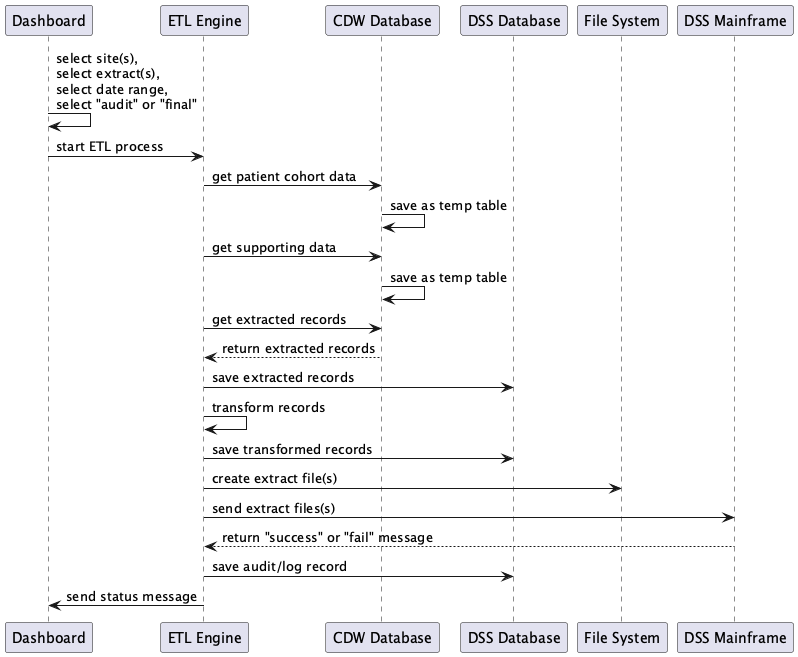
Before: _docs/design-spec/plantuml/sdd-figure3.png, a diagram exported from PlantUML (cps-software/med-insight). The source it was exported from:
```plantuml
@startuml


participant   "Dashboard"      as DSH
participant   "ETL Engine"     as ETL
participant   "CDW Database"   as CDW
participant   "DSS Database"   as DDB
participant   "File System"    as FSY
participant   "DSS Mainframe"  as DMF

DSH ->  DSH : select site(s),\nselect extract(s),\nselect date range,\nselect "audit" or "final"
DSH ->  ETL : start ETL process

ETL ->  CDW : get patient cohort data
CDW ->  CDW : save as temp table
ETL ->  CDW : get supporting data
CDW ->  CDW : save as temp table
ETL ->  CDW : get extracted records
CDW --> ETL : return extracted records
ETL ->  DDB : save extracted records

ETL ->  ETL : transform records
ETL ->  DDB : save transformed records

ETL ->  FSY : create extract file(s)
ETL ->  DMF : send extract files(s)
DMF --> ETL : return "success" or "fail" message
ETL ->  DDB : save audit/log record
ETL ->  DSH : send status message

@enduml
```
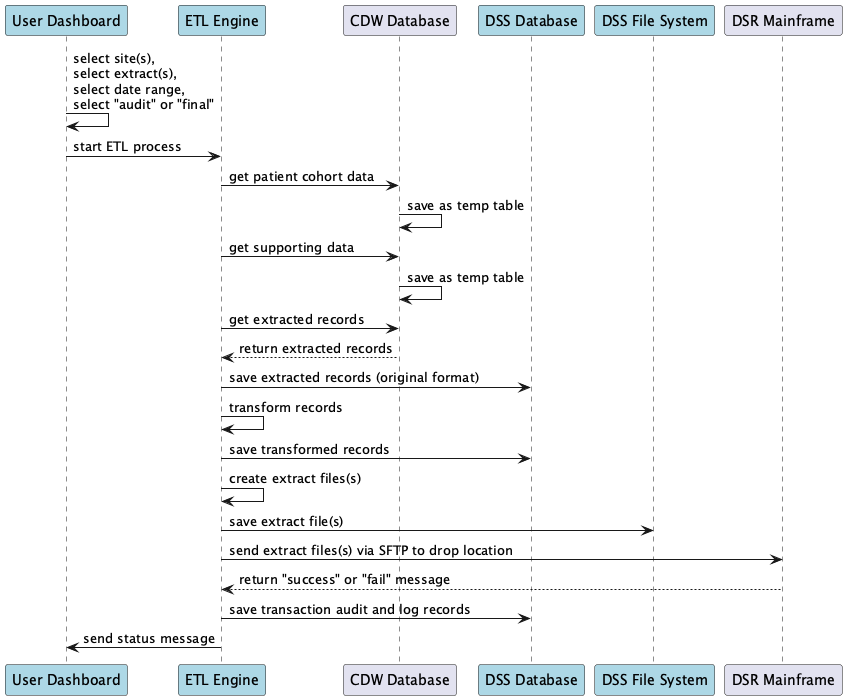
Above is the later version.

The edit, as a diff of the source:
```diff
@@ -1,31 +1,29 @@
 @startuml
 
 
-participant   "Dashboard"      as DSH
-participant   "ETL Engine"     as ETL
-participant   "CDW Database"   as CDW
-participant   "DSS Database"   as DDB
-participant   "File System"    as FSY
-participant   "DSS Mainframe"  as DMF
+participant   "User Dashboard"    as DSH #lightblue
+participant   "ETL Engine"        as ETL #lightblue
+participant   "CDW Database"      as CDW
+participant   "DSS Database"      as DDB #lightblue
+participant   "DSS File System"   as FSY #lightblue
+participant   "DSR Mainframe"     as DSR
 
 DSH ->  DSH : select site(s),\nselect extract(s),\nselect date range,\nselect "audit" or "final"
 DSH ->  ETL : start ETL process
-
 ETL ->  CDW : get patient cohort data
 CDW ->  CDW : save as temp table
 ETL ->  CDW : get supporting data
 CDW ->  CDW : save as temp table
 ETL ->  CDW : get extracted records
 CDW --> ETL : return extracted records
-ETL ->  DDB : save extracted records
-
+ETL ->  DDB : save extracted records (original format)
 ETL ->  ETL : transform records
 ETL ->  DDB : save transformed records
-
-ETL ->  FSY : create extract file(s)
-ETL ->  DMF : send extract files(s)
-DMF --> ETL : return "success" or "fail" message
-ETL ->  DDB : save audit/log record
+ETL ->  ETL : create extract files(s)
+ETL ->  FSY : save extract file(s)
+ETL ->  DSR : send extract files(s) via SFTP to drop location
+DSR --> ETL : return "success" or "fail" message
+ETL ->  DDB : save transaction audit and log records
 ETL ->  DSH : send status message
 
 @enduml
```
